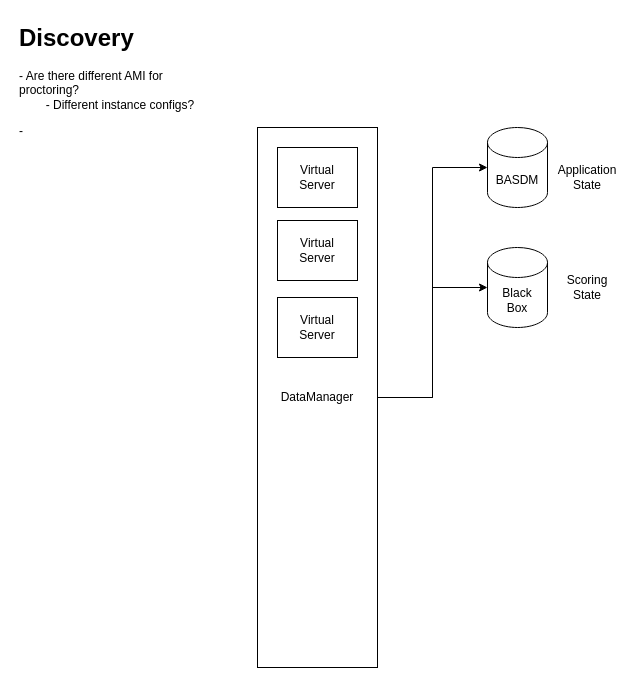
The draw.io diagram diagrams/Untitled Diagram.drawio in jameshulett/architecture-guild, before the edit. Source tidied: cells renumbered, new cells numbered last; positions are measured from the earlier drawing's top-left corner, leaving out a move shared by most shapes. Both pictures are drawn from the tidied source at 100%, with x=0, y=0 at pixel (17, 17).
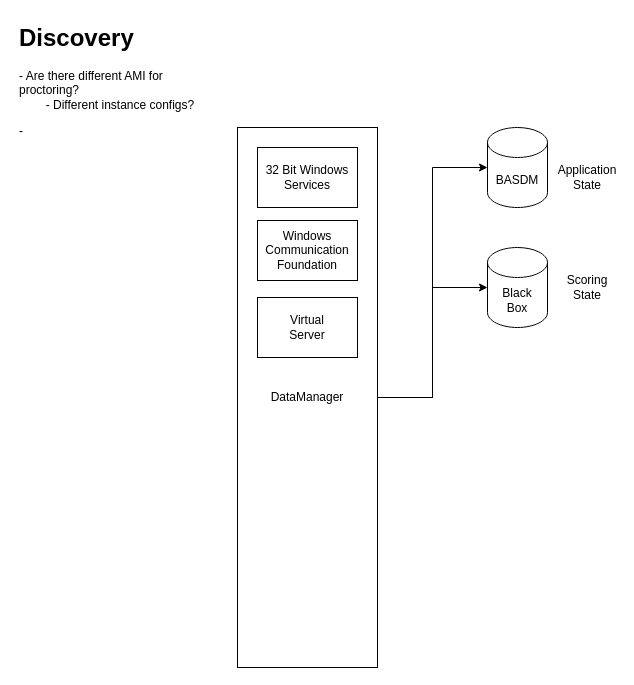
The same diagram, later.

The edit, as a diff of the source:
```diff
@@
 <mxGraphModel>
   <root>
     <mxCell id="0" />
     <mxCell id="1" parent="0" />
     <mxCell id="2" style="edgeStyle=orthogonalEdgeStyle;rounded=0;jettySize=auto;html=1;" parent="1" edge="1" source="4" target="9">
       <mxGeometry relative="1" as="geometry" />
     </mxCell>
     <mxCell id="3" style="edgeStyle=orthogonalEdgeStyle;rounded=0;jettySize=auto;html=1;" parent="1" edge="1" source="4" target="10">
       <mxGeometry relative="1" as="geometry" />
     </mxCell>
     <mxCell id="4" value="DataManager" style="rounded=0;whiteSpace=wrap;html=1;" parent="1" vertex="1">
-      <mxGeometry x="240" y="110" width="120" height="540" as="geometry" />
+      <mxGeometry x="220" y="110" width="140" height="540" as="geometry" />
     </mxCell>
-    <mxCell id="5" value="&lt;div&gt;Virtual&lt;/div&gt;&lt;div&gt;Server&lt;/div&gt;" style="rounded=0;whiteSpace=wrap;html=1;" parent="1" vertex="1">
-      <mxGeometry x="260" y="130" width="80" height="60" as="geometry" />
+    <mxCell id="5" value="32 Bit Windows Services" style="rounded=0;whiteSpace=wrap;html=1;" parent="1" vertex="1">
+      <mxGeometry x="240" y="130" width="100" height="60" as="geometry" />
     </mxCell>
-    <mxCell id="6" value="&lt;div&gt;Virtual&lt;/div&gt;&lt;div&gt;Server&lt;/div&gt;" style="rounded=0;whiteSpace=wrap;html=1;" parent="1" vertex="1">
-      <mxGeometry x="260" y="203" width="80" height="60" as="geometry" />
+    <mxCell id="6" value="Windows Communication Foundation" style="rounded=0;whiteSpace=wrap;html=1;" parent="1" vertex="1">
+      <mxGeometry x="240" y="203" width="100" height="60" as="geometry" />
     </mxCell>
     <mxCell id="7" value="&lt;div&gt;Virtual&lt;/div&gt;&lt;div&gt;Server&lt;/div&gt;" style="rounded=0;whiteSpace=wrap;html=1;" parent="1" vertex="1">
-      <mxGeometry x="260" y="280" width="80" height="60" as="geometry" />
+      <mxGeometry x="240" y="280" width="100" height="60" as="geometry" />
     </mxCell>
     <mxCell id="8" value="&lt;h1 style=&quot;margin-top: 0px;&quot;&gt;Discovery&lt;/h1&gt;&lt;p&gt;- Are there different AMI for proctoring?&lt;br&gt;&lt;span style=&quot;white-space: pre;&quot;&gt;&#9;&lt;/span&gt;- Different instance configs?&lt;/p&gt;&lt;p&gt;-&amp;nbsp;&lt;/p&gt;" style="text;html=1;whiteSpace=wrap;overflow=hidden;rounded=0;" parent="1" vertex="1">
       <mxGeometry width="180" height="120" as="geometry" />
     </mxCell>
     <mxCell id="9" value="BASDM" style="shape=cylinder3;whiteSpace=wrap;html=1;boundedLbl=1;backgroundOutline=1;size=15;" parent="1" vertex="1">
       <mxGeometry x="470" y="110" width="60" height="80" as="geometry" />
     </mxCell>
     <mxCell id="10" value="&lt;div&gt;Black&lt;/div&gt;&lt;div&gt;Box&lt;/div&gt;" style="shape=cylinder3;whiteSpace=wrap;html=1;boundedLbl=1;backgroundOutline=1;size=15;" parent="1" vertex="1">
       <mxGeometry x="470" y="230" width="60" height="80" as="geometry" />
     </mxCell>
     <mxCell id="11" value="&lt;div&gt;Application&lt;/div&gt;&lt;div&gt;State&lt;/div&gt;" style="text;html=1;whiteSpace=wrap;strokeColor=none;fillColor=none;align=center;verticalAlign=middle;rounded=0;" parent="1" vertex="1">
       <mxGeometry x="540" y="145" width="60" height="30" as="geometry" />
     </mxCell>
     <mxCell id="12" value="&lt;div&gt;Scoring&lt;/div&gt;&lt;div&gt;State&lt;/div&gt;" style="text;html=1;whiteSpace=wrap;strokeColor=none;fillColor=none;align=center;verticalAlign=middle;rounded=0;" parent="1" vertex="1">
       <mxGeometry x="540" y="255" width="60" height="30" as="geometry" />
     </mxCell>
   </root>
 </mxGraphModel>
```
